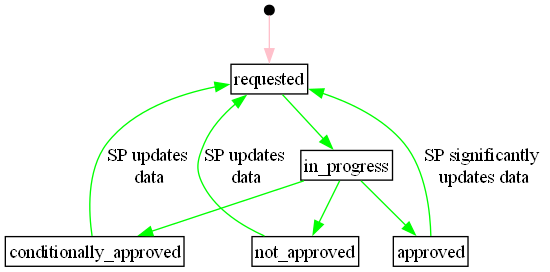
Before: docs/diagrams/service_providing_group_prequalification_status.png, a diagram exported from PlantUML (elhub/flex-information-system). Its source is kept beside it as docs/diagrams/service_providing_group_prequalification_status.plantuml.
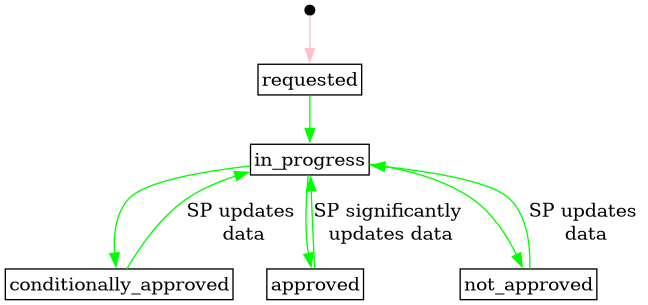
The same file after the commit.

Commit message:
docs: update SPG-GP status diagram (FLEX-557)

What changed in the source:
```diff
@@ -17,12 +17,12 @@
     // transitions
     start -> requested [label="", color="pink"];
     requested -> in_progress [label="", color="green"];
-    approved -> requested [label="SP significantly \nupdates data", color="green"];
+    approved -> in_progress [label="SP significantly \nupdates data", color="green"];
     in_progress -> conditionally_approved [label="", color="green"];
-    conditionally_approved -> requested [label="SP updates \ndata", color="green"];
+    conditionally_approved -> in_progress [label="SP updates \ndata", color="green"];
     in_progress -> approved [label="", color="green"];
     in_progress -> not_approved [label="", color="green"];
-    not_approved -> requested [label="SP updates \ndata", color="green"];
+    not_approved -> in_progress [label="SP updates \ndata", color="green"];
 
    }
 @enddot
```
